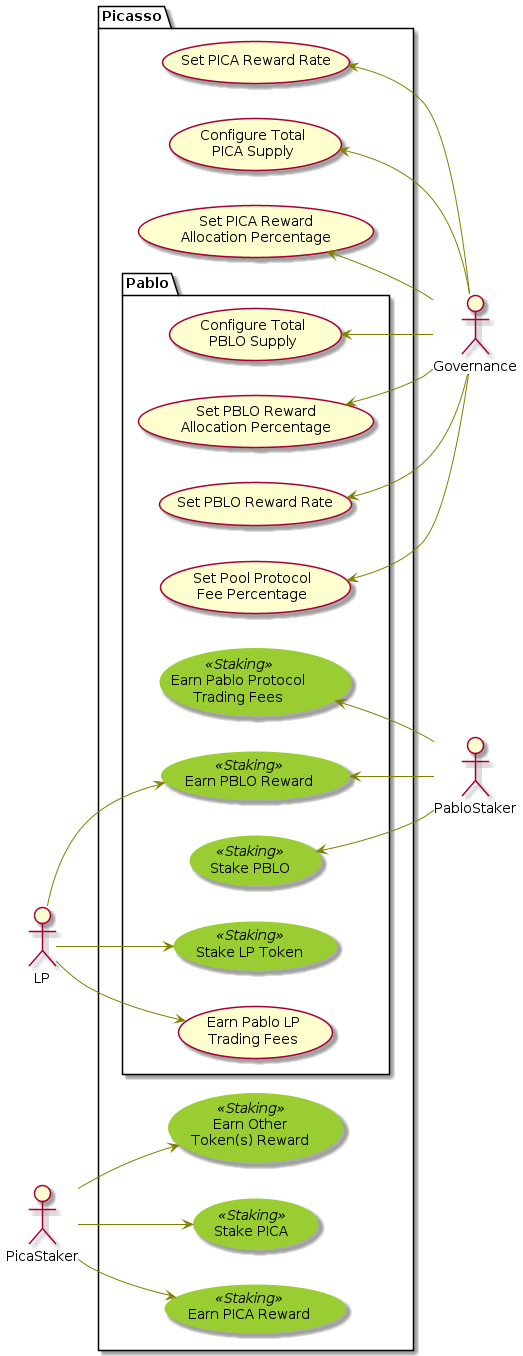
Earlier version of the PlantUML export rfcs/images/pablo-distribution-users.png (andresmechali/composable). Source of this version:
```plantuml
@startuml
skinparam usecase {
BackgroundColor<< Staking >> YellowGreen
BorderColor<< Staking >> YellowGreen

ArrowColor Olive
}
left to right direction
actor LP as lp
actor Governance as g
actor PicaStaker as s
actor PabloStaker as p

package Picasso {
    package Pablo {
        usecase "Stake PBLO" as UC2 <<Staking>>
        usecase "Earn PBLO Reward" as UC4 <<Staking>>
        usecase "Stake LP Token" as UC5 <<Staking>>
        usecase "Earn Pablo LP\nTrading Fees" as UC6
        usecase "Earn Pablo Protocol\nTrading Fees" as UC13 <<Staking>>
        usecase "Set Pool Protocol\nFee Percentage" as UC7
        usecase "Set PBLO Reward Rate" as UC9
        usecase "Set PBLO Reward\nAllocation Percentage" as UC12
        usecase "Configure Total\nPBLO Supply" as UC14
    }
    usecase "Stake PICA" as UC1 <<Staking>>
    usecase "Earn PICA Reward" as UC3 <<Staking>>
    usecase "Earn Other\nToken(s) Reward" as UC10 <<Staking>>
    usecase "Set PICA Reward Rate" as UC8
    usecase "Set PICA Reward\nAllocation Percentage" as UC11
    usecase "Configure Total\nPICA Supply" as UC15
}

p -up-> UC2
p -up-> UC4
p -up-> UC13
s --> UC1
s --> UC3
s --> UC10
lp --> UC4
lp --> UC5
lp --> UC6
g -up-> UC7
g -up-> UC8
g -up-> UC9
g -up-> UC11
g -up-> UC12
g -up-> UC14
g -up-> UC15
@enduml
```
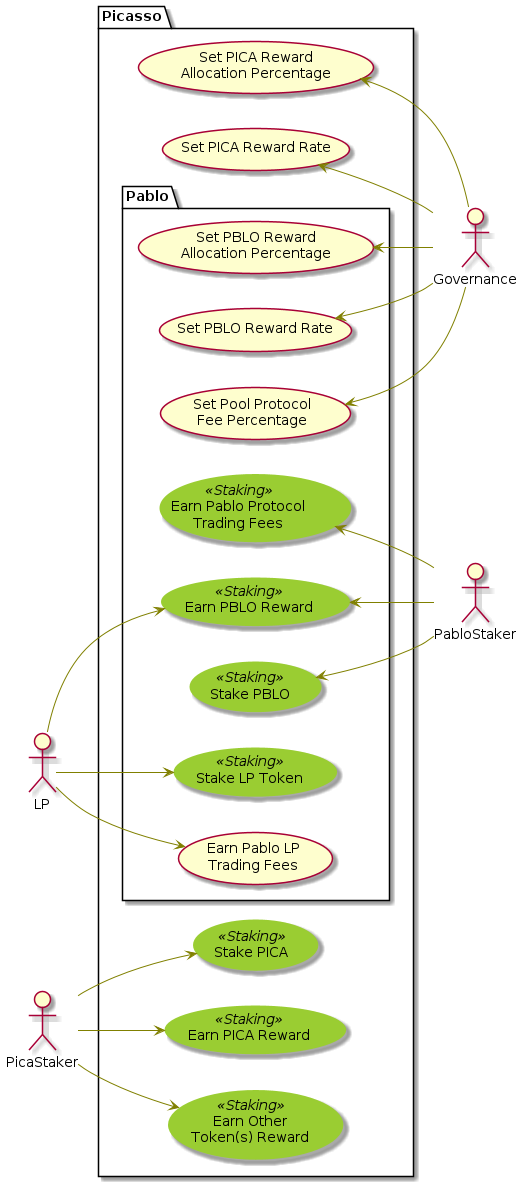
The same diagram one commit later.

Diff of the diagram source:
```diff
@@ -21,14 +21,12 @@
         usecase "Set Pool Protocol\nFee Percentage" as UC7
         usecase "Set PBLO Reward Rate" as UC9
         usecase "Set PBLO Reward\nAllocation Percentage" as UC12
-        usecase "Configure Total\nPBLO Supply" as UC14
     }
     usecase "Stake PICA" as UC1 <<Staking>>
     usecase "Earn PICA Reward" as UC3 <<Staking>>
     usecase "Earn Other\nToken(s) Reward" as UC10 <<Staking>>
     usecase "Set PICA Reward Rate" as UC8
     usecase "Set PICA Reward\nAllocation Percentage" as UC11
-    usecase "Configure Total\nPICA Supply" as UC15
 }
 
 p -up-> UC2
@@ -45,6 +43,4 @@
 g -up-> UC9
 g -up-> UC11
 g -up-> UC12
-g -up-> UC14
-g -up-> UC15
 @enduml
```
